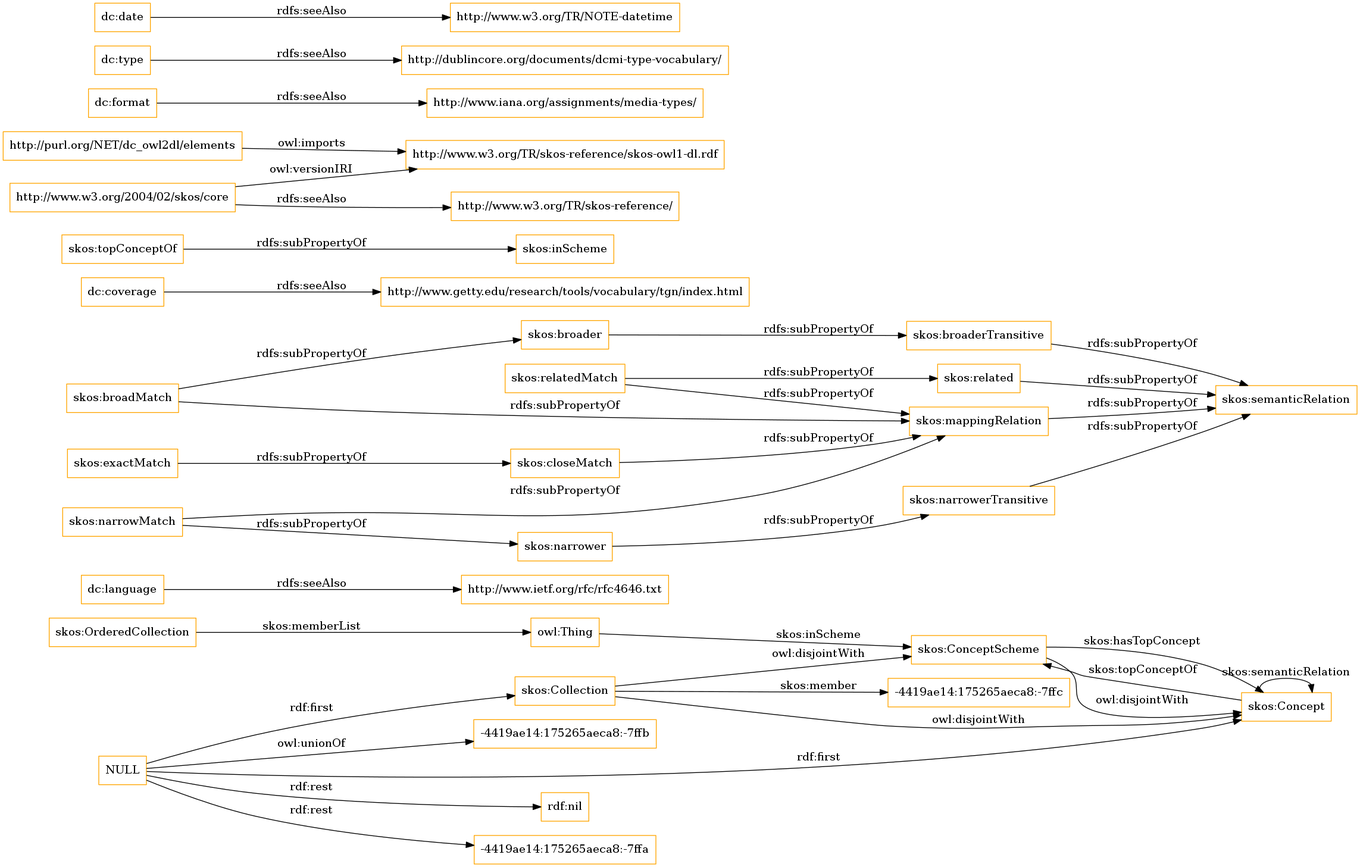
This is OnToology/imports/elements.owl/diagrams/ar2dtool-class/elements.owl.png from OnToologyUser/core-ontology-1, a Graphviz export, as it was before one commit. Its source is kept beside it as OnToology/imports/elements.owl/diagrams/ar2dtool-class/elements.owl.png.dot.
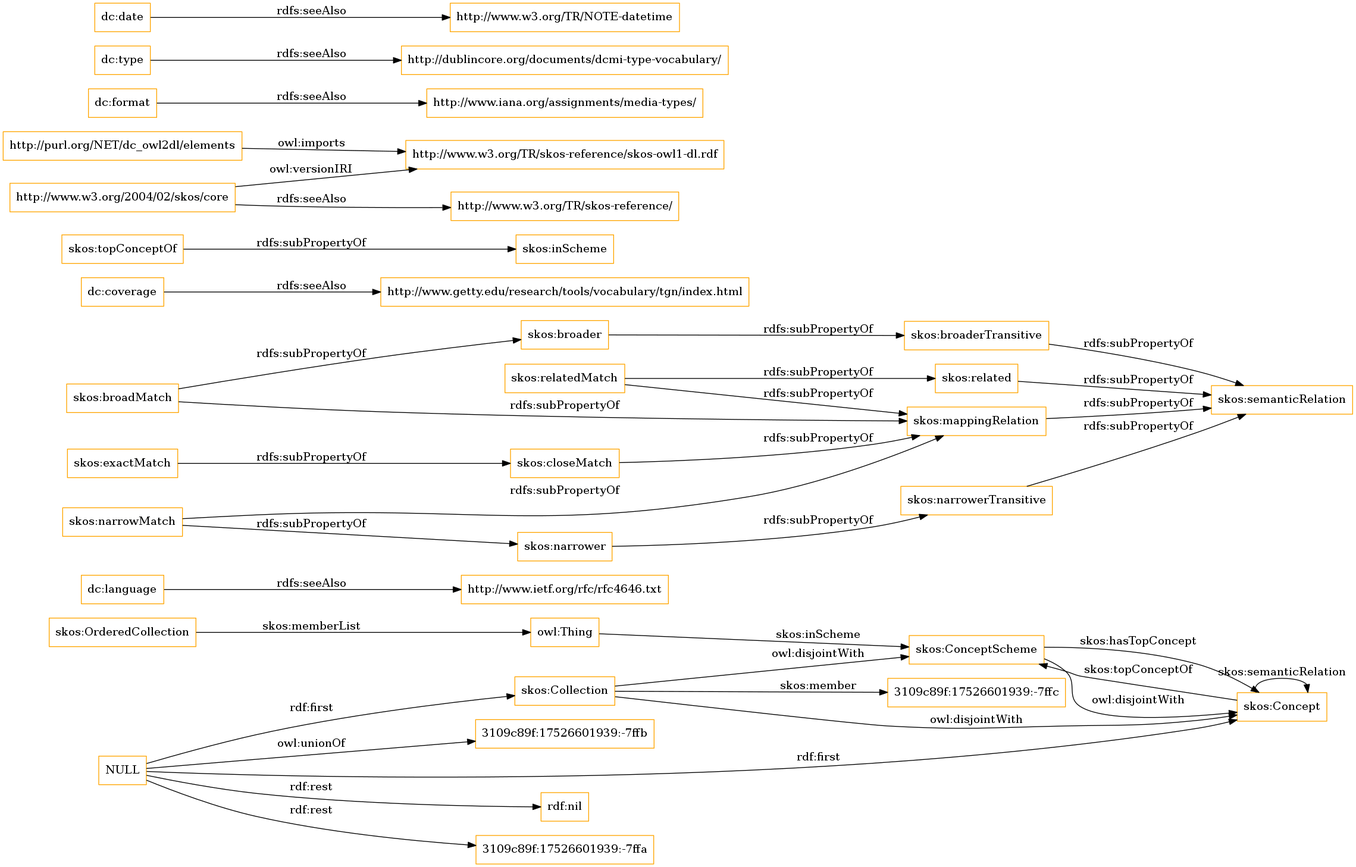
Later version of the same file.

The edit, as a diff of the source:
```diff
@@ -1,13 +1,13 @@
 digraph ar2dtool_diagram {
 rankdir=LR;
 size="1501"
-node [shape = rectangle, color="orange"]; "-4419ae14:175265aeca8:-7ffc" "skos:OrderedCollection" "skos:Collection" "skos:ConceptScheme" "skos:Concept" ; /*classes style*/
+node [shape = rectangle, color="orange"]; "3109c89f:17526601939:-7ffc" "skos:OrderedCollection" "skos:Collection" "skos:ConceptScheme" "skos:Concept" ; /*classes style*/
 	"dc:language" -> "http://www.ietf.org/rfc/rfc4646.txt" [ label = "rdfs:seeAlso" ];
 	"NULL" -> "rdf:nil" [ label = "rdf:rest" ];
 	"NULL" -> "skos:Collection" [ label = "rdf:first" ];
-	"NULL" -> "-4419ae14:175265aeca8:-7ffa" [ label = "rdf:rest" ];
+	"NULL" -> "3109c89f:17526601939:-7ffa" [ label = "rdf:rest" ];
 	"NULL" -> "skos:Concept" [ label = "rdf:first" ];
-	"NULL" -> "-4419ae14:175265aeca8:-7ffb" [ label = "owl:unionOf" ];
+	"NULL" -> "3109c89f:17526601939:-7ffb" [ label = "owl:unionOf" ];
 	"skos:closeMatch" -> "skos:mappingRelation" [ label = "rdfs:subPropertyOf" ];
 	"dc:coverage" -> "http://www.getty.edu/research/tools/vocabulary/tgn/index.html" [ label = "rdfs:seeAlso" ];
 	"skos:relatedMatch" -> "skos:related" [ label = "rdfs:subPropertyOf" ];
@@ -36,7 +36,7 @@
 	"skos:OrderedCollection" -> "owl:Thing" [ label = "skos:memberList" ];
 	"skos:Concept" -> "skos:ConceptScheme" [ label = "skos:topConceptOf" ];
 	"skos:Concept" -> "skos:Concept" [ label = "skos:semanticRelation" ];
-	"skos:Collection" -> "-4419ae14:175265aeca8:-7ffc" [ label = "skos:member" ];
+	"skos:Collection" -> "3109c89f:17526601939:-7ffc" [ label = "skos:member" ];
 	"skos:ConceptScheme" -> "skos:Concept" [ label = "skos:hasTopConcept" ];
 	"owl:Thing" -> "skos:ConceptScheme" [ label = "skos:inScheme" ];
 
```
